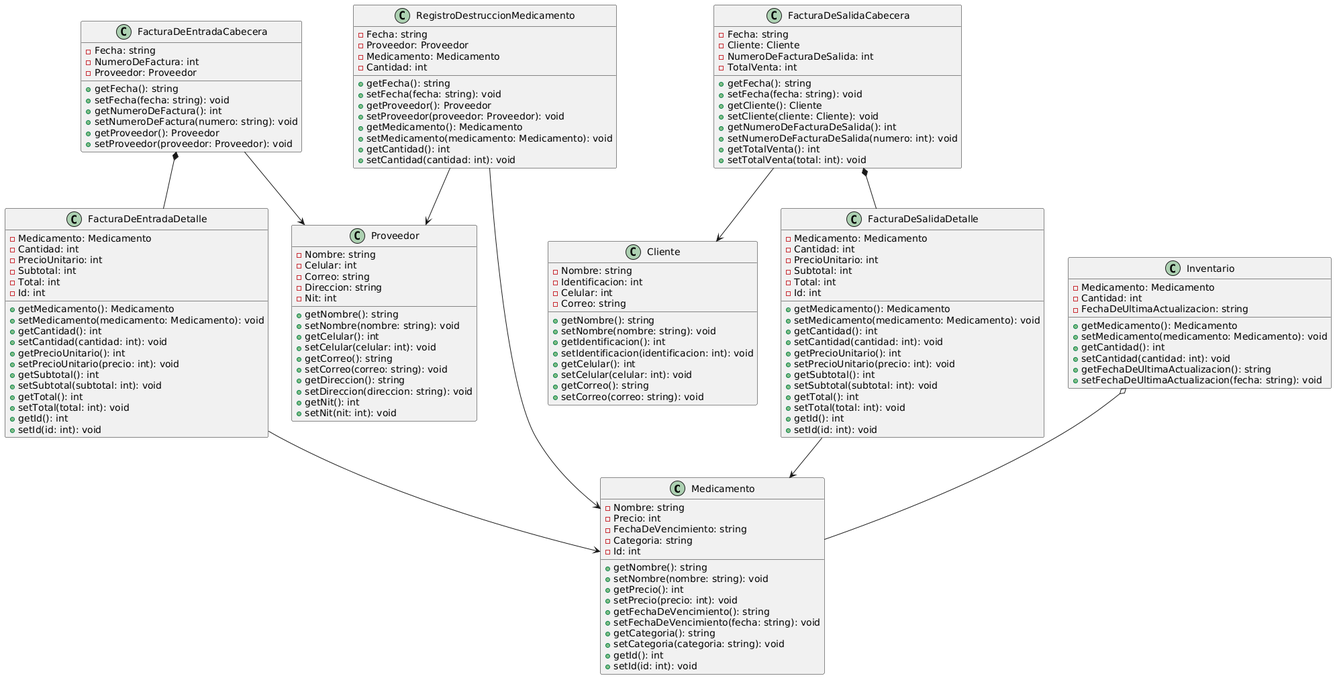
kevinncuervo/Proyecto-inventario keeps this PlantUML diagram as diagrama.png. Above is the earlier version.
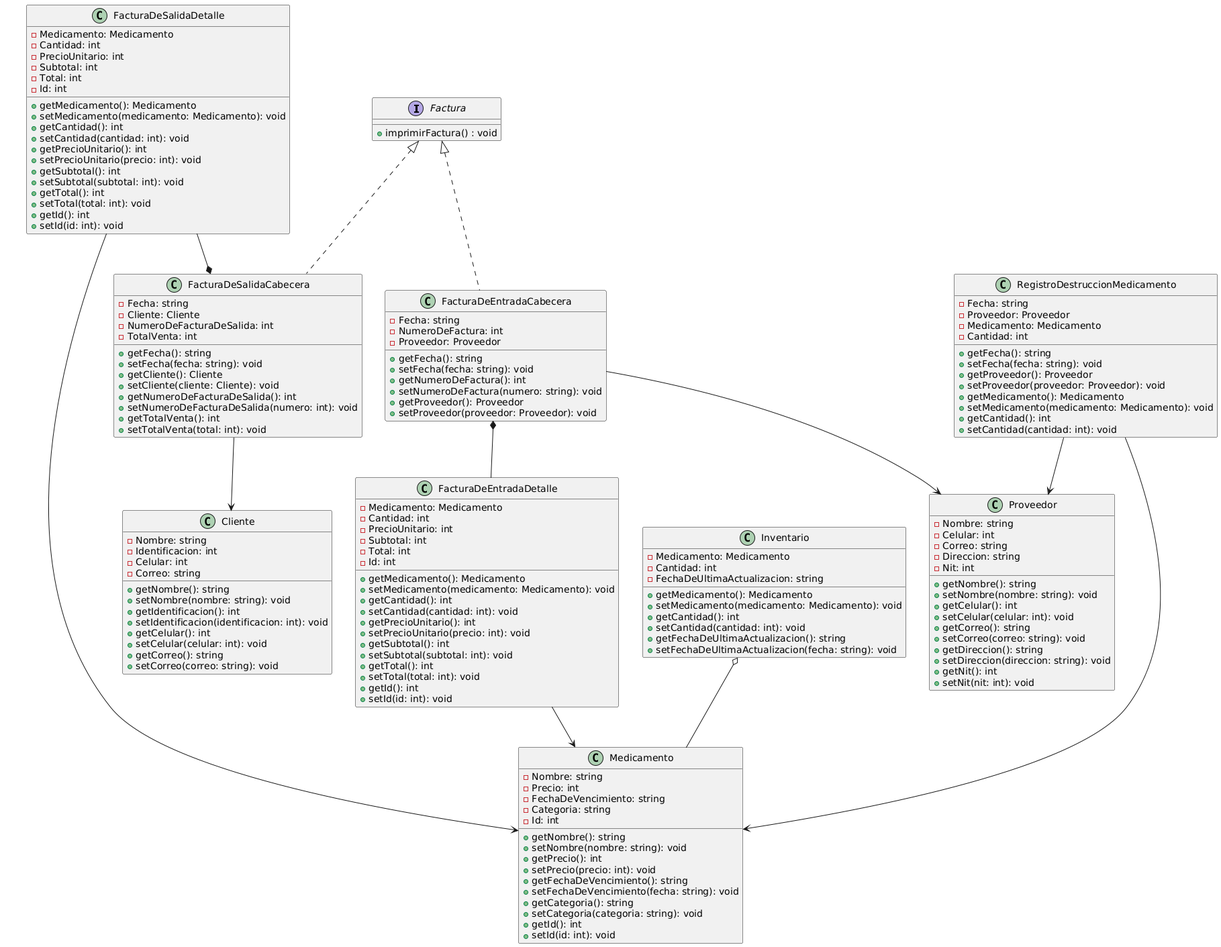
After the change.

What changed in the source:
```diff
@@ -1,4 +1,9 @@
 @startuml
+interface Factura {
+    +imprimirFactura() : void
+}
+
+
 class Medicamento {
     - Nombre: string
     - Precio: int
@@ -147,15 +152,14 @@
 }
 
 FacturaDeEntradaCabecera --> Proveedor
+RegistroDestruccionMedicamento --> Medicamento
 FacturaDeEntradaCabecera *-- FacturaDeEntradaDetalle
 FacturaDeEntradaDetalle --> Medicamento
-
 FacturaDeSalidaCabecera --> Cliente
-FacturaDeSalidaCabecera *-- FacturaDeSalidaDetalle
+Inventario o-- Medicamento
 FacturaDeSalidaDetalle --> Medicamento
-
+FacturaDeSalidaDetalle --* FacturaDeSalidaCabecera
 RegistroDestruccionMedicamento --> Proveedor
-RegistroDestruccionMedicamento --> Medicamento
-
-Inventario o-- Medicamento
+Factura <|.. FacturaDeEntradaCabecera
+Factura <|.. FacturaDeSalidaCabecera
 @enduml
```
